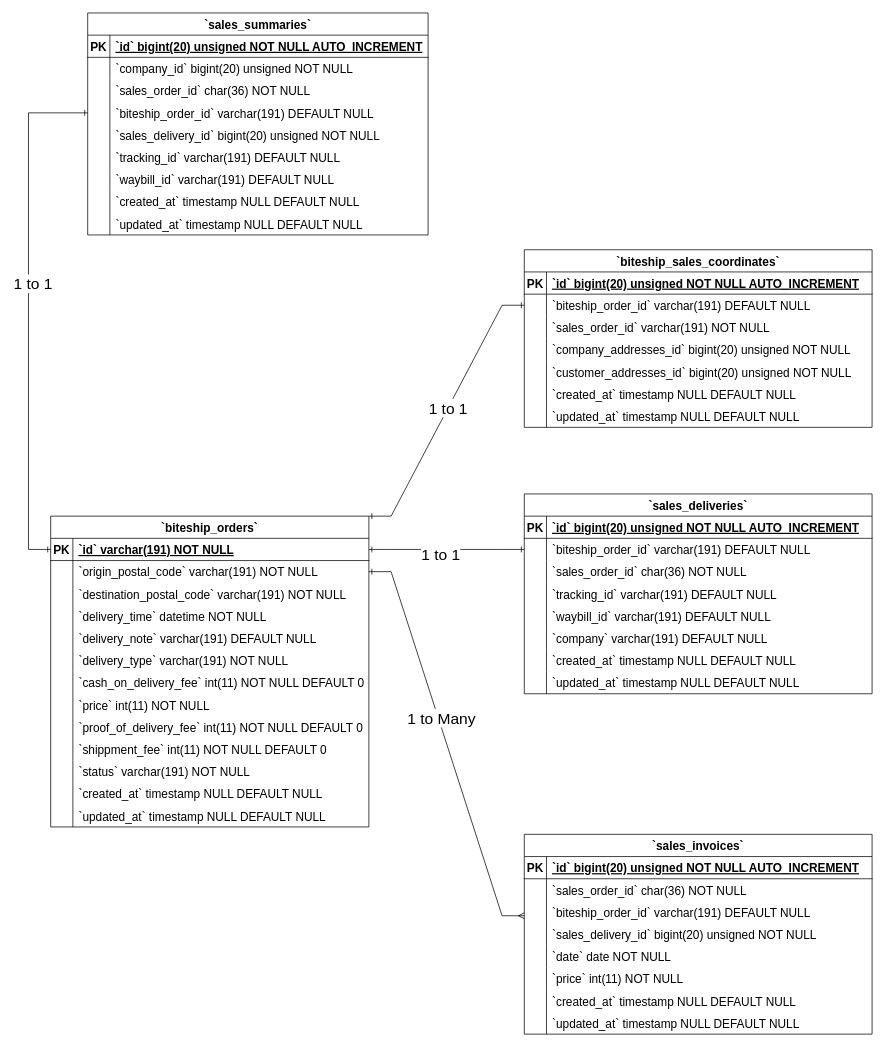
Above: Biteship Orders ERD Diagram.drawio in Simasco/diagram (draw.io), before the change. Source tidied: cells renumbered, new cells numbered last; positions are measured from the earlier drawing's top-left corner, leaving out a move shared by most shapes. Both pictures are drawn from the tidied source at 74%, with x=0, y=0 at pixel (28, 13).
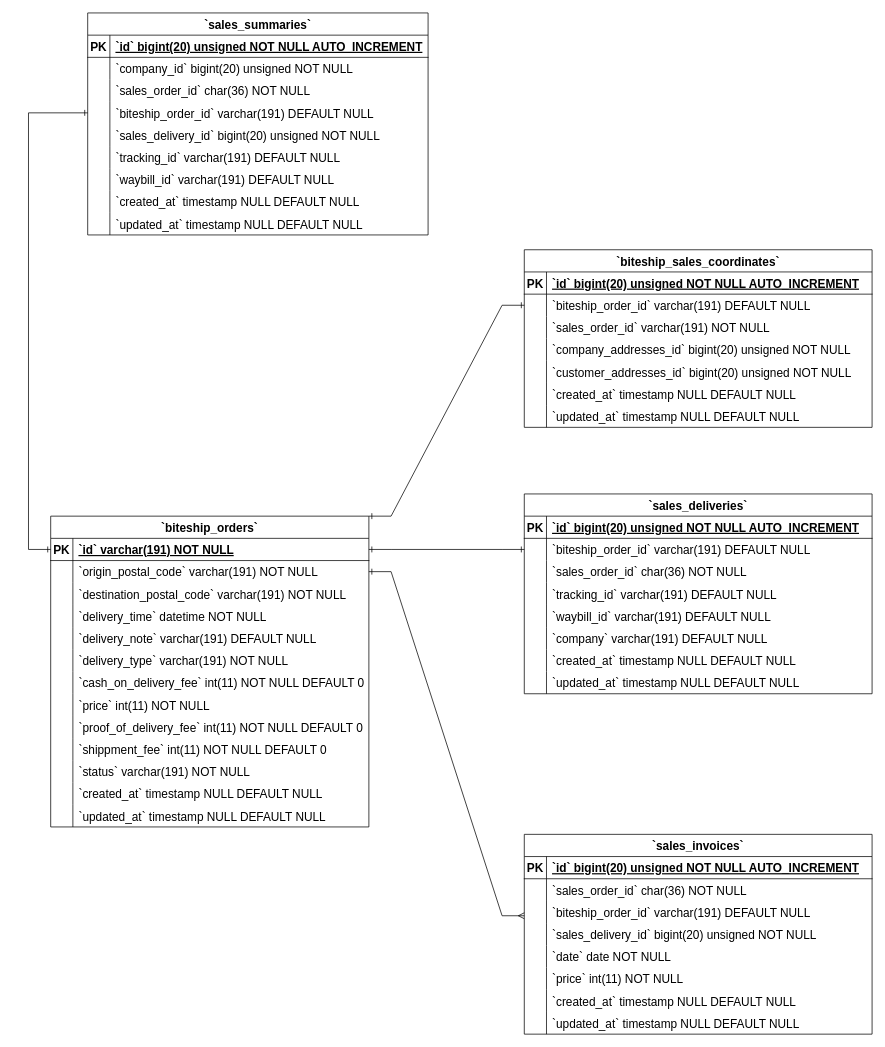
The same page after the edit.

The change refers to these unchanged cells:
```xml
<mxCell id="142" style="edgeStyle=entityRelationEdgeStyle;fontSize=16;html=1;endArrow=ERmany;rounded=0;exitX=1;exitY=0.5;exitDx=0;exitDy=0;startArrow=ERone;startFill=0;endFill=0;" parent="1" edge="1" source="6">
  <mxGeometry relative="1" as="geometry">
    <mxPoint x="670" y="1220" as="targetPoint" />
    <Array as="points">
      <mxPoint x="440" y="780" />
    </Array>
  </mxGeometry>
</mxCell>
<mxCell id="144" style="edgeStyle=entityRelationEdgeStyle;fontSize=16;html=1;endArrow=ERone;startArrow=ERone;rounded=0;exitX=1;exitY=0.5;exitDx=0;exitDy=0;entryX=0;entryY=0.5;entryDx=0;entryDy=0;startFill=0;endFill=0;" parent="1" edge="1" source="3" target="68">
  <mxGeometry relative="1" as="geometry" />
</mxCell>
<mxCell id="146" style="edgeStyle=entityRelationEdgeStyle;fontSize=16;html=1;endArrow=ERone;startArrow=ERone;rounded=0;exitX=1;exitY=0;exitDx=0;exitDy=0;entryX=0;entryY=0.5;entryDx=0;entryDy=0;startFill=0;endFill=0;" parent="1" edge="1" source="2" target="46">
  <mxGeometry relative="1" as="geometry" />
</mxCell>
<mxCell id="148" style="edgeStyle=orthogonalEdgeStyle;fontSize=16;html=1;endArrow=ERone;startArrow=ERone;rounded=0;exitX=0;exitY=0.5;exitDx=0;exitDy=0;entryX=0;entryY=0.5;entryDx=0;entryDy=0;startFill=0;endFill=0;" parent="1" edge="1" source="3" target="124">
  <mxGeometry relative="1" as="geometry">
    <Array as="points">
      <mxPoint y="725" />
      <mxPoint y="135" />
    </Array>
  </mxGeometry>
</mxCell>
```

Change to the diagram source:
```diff
@@
-    <mxCell id="143" value="1 to Many" style="edgeLabel;html=1;align=center;verticalAlign=middle;fontSize=21;" parent="142" vertex="1">
-      <mxGeometry x="-0.13" y="3" relative="1" as="geometry" />
-    </mxCell>
@@
-    <mxCell id="145" value="1 to 1" style="edgeLabel;html=1;align=center;verticalAlign=middle;fontSize=21;" parent="144" vertex="1">
-      <mxGeometry x="-0.08" y="-6" relative="1" as="geometry">
-        <mxPoint x="-1" as="offset" />
-      </mxGeometry>
-    </mxCell>
@@
-    <mxCell id="147" value="1 to 1" style="edgeLabel;html=1;align=center;verticalAlign=middle;fontSize=21;" parent="146" vertex="1">
-      <mxGeometry x="0.02" relative="1" as="geometry" />
-    </mxCell>
@@
-    <mxCell id="149" value="1 to 1" style="edgeLabel;html=1;align=center;verticalAlign=middle;fontSize=21;" parent="148" vertex="1">
-      <mxGeometry x="0.11" y="-5" relative="1" as="geometry">
-        <mxPoint y="-1" as="offset" />
-      </mxGeometry>
-    </mxCell>
```
